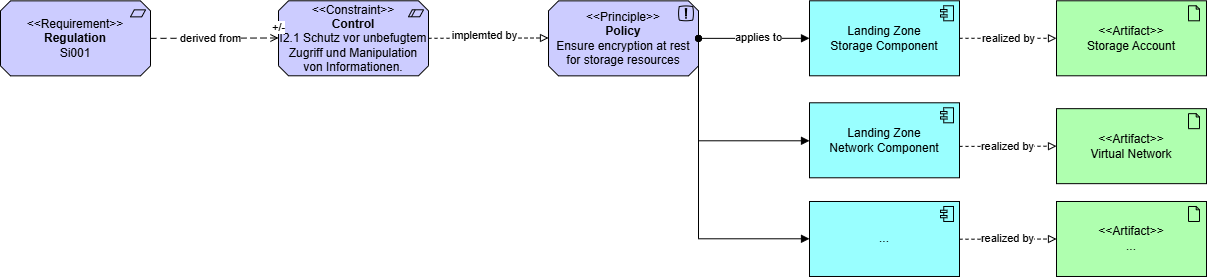
Before: graphics/ip6-ideation-Traceability-Architecture-v2.drawio.png, a diagram exported from draw.io (frithjofhoppe/aitw-report). Source tidied: cells renumbered, new cells last; positions are measured from the earlier drawing's top-left corner, leaving out a move shared by most shapes. Source of this version:
```xml
<mxGraphModel>
  <root>
    <mxCell id="0" />
    <mxCell id="1" parent="0" />
    <mxCell id="2" value="&lt;div&gt;&amp;lt;&amp;lt;Requirement&amp;gt;&amp;gt;&lt;/div&gt;&lt;div&gt;&lt;b&gt;Regulation&lt;/b&gt;&lt;/div&gt;Si001" style="html=1;outlineConnect=0;whiteSpace=wrap;fillColor=#CCCCFF;shape=mxgraph.archimate3.application;appType=requirement;archiType=oct;" parent="1" vertex="1">
      <mxGeometry y="0.4" width="150" height="75" as="geometry" />
    </mxCell>
    <mxCell id="3" value="&lt;div&gt;&amp;lt;&amp;lt;Constraint&amp;gt;&amp;gt;&lt;/div&gt;&lt;div&gt;&lt;b&gt;Control&lt;/b&gt;&lt;/div&gt;I2.1&amp;nbsp;&lt;span style=&quot;background-color: transparent; color: light-dark(rgb(0, 0, 0), rgb(255, 255, 255));&quot;&gt;Schutz vor unbefugtem Zugriff und Manipulation von Informationen.&lt;/span&gt;" style="html=1;outlineConnect=0;whiteSpace=wrap;fillColor=#CCCCFF;shape=mxgraph.archimate3.application;appType=constraint;archiType=oct;" parent="1" vertex="1">
      <mxGeometry x="278" y="0.3" width="150" height="75" as="geometry" />
    </mxCell>
    <mxCell id="4" value="Landing Zone&lt;div&gt;Storage Component&lt;/div&gt;" style="html=1;outlineConnect=0;whiteSpace=wrap;fillColor=#99ffff;shape=mxgraph.archimate3.application;appType=comp;archiType=square;" parent="1" vertex="1">
      <mxGeometry x="809" y="0.3" width="150" height="75" as="geometry" />
    </mxCell>
    <mxCell id="5" value="&lt;div&gt;&amp;lt;&amp;lt;Principle&amp;gt;&amp;gt;&lt;/div&gt;&lt;b&gt;Policy&lt;/b&gt;&lt;div&gt;Ensure encryption at rest for storage resources&lt;/div&gt;" style="html=1;outlineConnect=0;whiteSpace=wrap;fillColor=#CCCCFF;shape=mxgraph.archimate3.application;appType=principle;archiType=oct;" parent="1" vertex="1">
      <mxGeometry x="548" y="0.4" width="150" height="75" as="geometry" />
    </mxCell>
    <mxCell id="6" value="&lt;div&gt;&amp;lt;&amp;lt;Artifact&amp;gt;&amp;gt;&lt;/div&gt;Storage Account" style="html=1;outlineConnect=0;whiteSpace=wrap;fillColor=#AFFFAF;shape=mxgraph.archimate3.application;appType=artifact;archiType=square;" parent="1" vertex="1">
      <mxGeometry x="1056" y="0.3" width="150" height="75" as="geometry" />
    </mxCell>
    <mxCell id="7" value="+/-" style="edgeStyle=elbowEdgeStyle;html=1;endArrow=open;elbow=vertical;endFill=0;dashed=1;dashPattern=6 4;rounded=0;exitX=1;exitY=0.5;exitDx=0;exitDy=0;exitPerimeter=0;" parent="1" edge="1" source="2" target="3">
      <mxGeometry x="1" y="10" relative="1" as="geometry" />
    </mxCell>
    <mxCell id="8" value="derived from" style="edgeLabel;html=1;align=center;verticalAlign=middle;" parent="7" vertex="1">
      <mxGeometry x="-0.18" relative="1" as="geometry">
        <mxPoint x="8" as="offset" />
      </mxGeometry>
    </mxCell>
    <mxCell id="9" style="edgeStyle=elbowEdgeStyle;html=1;endArrow=block;elbow=vertical;endFill=0;dashed=1;rounded=0;exitX=1;exitY=0.5;exitDx=0;exitDy=0;exitPerimeter=0;" parent="1" edge="1" source="3" target="5">
      <mxGeometry relative="1" as="geometry" />
    </mxCell>
    <mxCell id="10" value="implemted by" style="edgeLabel;html=1;align=center;verticalAlign=middle;" parent="9" vertex="1">
      <mxGeometry x="-0.08" y="3" relative="1" as="geometry" />
    </mxCell>
    <mxCell id="11" value="applies to" style="endArrow=block;html=1;endFill=1;startArrow=oval;startFill=1;edgeStyle=elbowEdgeStyle;elbow=horizontal;rounded=0;exitX=1;exitY=0.5;exitDx=0;exitDy=0;exitPerimeter=0;entryX=0;entryY=0.5;entryDx=0;entryDy=0;entryPerimeter=0;" parent="1" edge="1" source="5" target="4">
      <mxGeometry x="0.08" y="1" relative="1" as="geometry">
        <Array as="points">
          <mxPoint x="758" y="38.3" />
        </Array>
      </mxGeometry>
    </mxCell>
    <mxCell id="12" value="realized by" style="edgeStyle=elbowEdgeStyle;html=1;endArrow=block;elbow=horizontal;endFill=0;dashed=1;rounded=0;exitX=1;exitY=0.5;exitDx=0;exitDy=0;exitPerimeter=0;entryX=0;entryY=0.5;entryDx=0;entryDy=0;entryPerimeter=0;" parent="1" edge="1" source="4" target="6">
      <mxGeometry relative="1" as="geometry" />
    </mxCell>
    <mxCell id="13" value="Landing Zone&lt;div&gt;Network Component&lt;/div&gt;" style="html=1;outlineConnect=0;whiteSpace=wrap;fillColor=#99ffff;shape=mxgraph.archimate3.application;appType=comp;archiType=square;" parent="1" vertex="1">
      <mxGeometry x="809" y="102.3" width="150" height="75" as="geometry" />
    </mxCell>
    <mxCell id="14" value="..." style="html=1;outlineConnect=0;whiteSpace=wrap;fillColor=#99ffff;shape=mxgraph.archimate3.application;appType=comp;archiType=square;" parent="1" vertex="1">
      <mxGeometry x="809" y="201" width="150" height="75" as="geometry" />
    </mxCell>
    <mxCell id="15" style="endArrow=block;html=1;endFill=1;startArrow=oval;startFill=1;edgeStyle=elbowEdgeStyle;elbow=vertical;rounded=0;exitX=1;exitY=0.5;exitDx=0;exitDy=0;exitPerimeter=0;entryX=0;entryY=0.5;entryDx=0;entryDy=0;entryPerimeter=0;" parent="1" edge="1" source="5" target="13">
      <mxGeometry relative="1" as="geometry">
        <Array as="points">
          <mxPoint x="748" y="140.3" />
        </Array>
      </mxGeometry>
    </mxCell>
    <mxCell id="16" style="endArrow=block;html=1;endFill=1;startArrow=oval;startFill=1;edgeStyle=elbowEdgeStyle;elbow=vertical;rounded=0;exitX=1;exitY=0.5;exitDx=0;exitDy=0;exitPerimeter=0;entryX=0;entryY=0.5;entryDx=0;entryDy=0;entryPerimeter=0;" parent="1" edge="1" source="5" target="14">
      <mxGeometry relative="1" as="geometry">
        <Array as="points">
          <mxPoint x="748" y="238.3" />
        </Array>
      </mxGeometry>
    </mxCell>
    <mxCell id="17" value="&lt;div&gt;&amp;lt;&amp;lt;Artifact&amp;gt;&amp;gt;&lt;/div&gt;Virtual Network" style="html=1;outlineConnect=0;whiteSpace=wrap;fillColor=#AFFFAF;shape=mxgraph.archimate3.application;appType=artifact;archiType=square;" parent="1" vertex="1">
      <mxGeometry x="1056" y="108.2" width="150" height="75" as="geometry" />
    </mxCell>
    <mxCell id="18" value="realized by" style="edgeStyle=elbowEdgeStyle;html=1;endArrow=block;elbow=horizontal;endFill=0;dashed=1;rounded=0;exitX=1;exitY=0.5;exitDx=0;exitDy=0;exitPerimeter=0;entryX=0;entryY=0.5;entryDx=0;entryDy=0;entryPerimeter=0;" parent="1" edge="1" target="17">
      <mxGeometry relative="1" as="geometry">
        <mxPoint x="959" y="145.9" as="sourcePoint" />
      </mxGeometry>
    </mxCell>
    <mxCell id="19" value="&lt;div&gt;&amp;lt;&amp;lt;Artifact&amp;gt;&amp;gt;&lt;/div&gt;..." style="html=1;outlineConnect=0;whiteSpace=wrap;fillColor=#AFFFAF;shape=mxgraph.archimate3.application;appType=artifact;archiType=square;" parent="1" vertex="1">
      <mxGeometry x="1056" y="201" width="150" height="75" as="geometry" />
    </mxCell>
    <mxCell id="20" value="realized by" style="edgeStyle=elbowEdgeStyle;html=1;endArrow=block;elbow=horizontal;endFill=0;dashed=1;rounded=0;exitX=1;exitY=0.5;exitDx=0;exitDy=0;exitPerimeter=0;entryX=0;entryY=0.5;entryDx=0;entryDy=0;entryPerimeter=0;" parent="1" edge="1" target="19">
      <mxGeometry relative="1" as="geometry">
        <mxPoint x="959" y="238.7" as="sourcePoint" />
      </mxGeometry>
    </mxCell>
  </root>
</mxGraphModel>
```
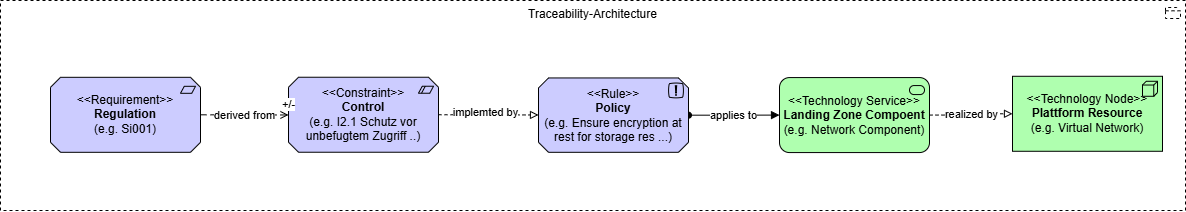
Later version of the same file.

Commit message:
feat: :sparkles: Rework the traceability and landing zone arch to make it more consistent

Change to the diagram source:
```diff
@@ -2,22 +2,22 @@
   <root>
     <mxCell id="0" />
     <mxCell id="1" parent="0" />
-    <mxCell id="2" value="&lt;div&gt;&amp;lt;&amp;lt;Requirement&amp;gt;&amp;gt;&lt;/div&gt;&lt;div&gt;&lt;b&gt;Regulation&lt;/b&gt;&lt;/div&gt;Si001" style="html=1;outlineConnect=0;whiteSpace=wrap;fillColor=#CCCCFF;shape=mxgraph.archimate3.application;appType=requirement;archiType=oct;" parent="1" vertex="1">
-      <mxGeometry y="0.4" width="150" height="75" as="geometry" />
+    <mxCell id="2" value="Traceability-Architecture" style="html=1;outlineConnect=0;whiteSpace=wrap;shape=mxgraph.archimate3.application;appType=grouping;archiType=square;dashed=1;fillColor=none;verticalAlign=top;" parent="1" vertex="1">
+      <mxGeometry x="53" y="-269" width="1185" height="210" as="geometry" />
     </mxCell>
-    <mxCell id="3" value="&lt;div&gt;&amp;lt;&amp;lt;Constraint&amp;gt;&amp;gt;&lt;/div&gt;&lt;div&gt;&lt;b&gt;Control&lt;/b&gt;&lt;/div&gt;I2.1&amp;nbsp;&lt;span style=&quot;background-color: transparent; color: light-dark(rgb(0, 0, 0), rgb(255, 255, 255));&quot;&gt;Schutz vor unbefugtem Zugriff und Manipulation von Informationen.&lt;/span&gt;" style="html=1;outlineConnect=0;whiteSpace=wrap;fillColor=#CCCCFF;shape=mxgraph.archimate3.application;appType=constraint;archiType=oct;" parent="1" vertex="1">
-      <mxGeometry x="278" y="0.3" width="150" height="75" as="geometry" />
+    <mxCell id="3" value="&lt;div&gt;&amp;lt;&amp;lt;Requirement&amp;gt;&amp;gt;&lt;/div&gt;&lt;div&gt;&lt;b&gt;Regulation&lt;/b&gt;&lt;/div&gt;(e.g. Si001)" style="html=1;outlineConnect=0;whiteSpace=wrap;fillColor=#CCCCFF;shape=mxgraph.archimate3.application;appType=requirement;archiType=oct;" parent="1" vertex="1">
+      <mxGeometry x="103" y="-192.2" width="150" height="75" as="geometry" />
     </mxCell>
-    <mxCell id="4" value="Landing Zone&lt;div&gt;Storage Component&lt;/div&gt;" style="html=1;outlineConnect=0;whiteSpace=wrap;fillColor=#99ffff;shape=mxgraph.archimate3.application;appType=comp;archiType=square;" parent="1" vertex="1">
-      <mxGeometry x="809" y="0.3" width="150" height="75" as="geometry" />
+    <mxCell id="4" value="&lt;div&gt;&amp;lt;&amp;lt;Constraint&amp;gt;&amp;gt;&lt;/div&gt;&lt;div&gt;&lt;b&gt;Control&lt;/b&gt;&lt;/div&gt;(e.g. I2.1&amp;nbsp;&lt;span style=&quot;background-color: transparent; color: light-dark(rgb(0, 0, 0), rgb(255, 255, 255));&quot;&gt;Schutz vor unbefugtem Zugriff ..)&lt;/span&gt;" style="html=1;outlineConnect=0;whiteSpace=wrap;fillColor=#CCCCFF;shape=mxgraph.archimate3.application;appType=constraint;archiType=oct;" parent="1" vertex="1">
+      <mxGeometry x="341" y="-192.3" width="150" height="75" as="geometry" />
     </mxCell>
-    <mxCell id="5" value="&lt;div&gt;&amp;lt;&amp;lt;Principle&amp;gt;&amp;gt;&lt;/div&gt;&lt;b&gt;Policy&lt;/b&gt;&lt;div&gt;Ensure encryption at rest for storage resources&lt;/div&gt;" style="html=1;outlineConnect=0;whiteSpace=wrap;fillColor=#CCCCFF;shape=mxgraph.archimate3.application;appType=principle;archiType=oct;" parent="1" vertex="1">
-      <mxGeometry x="548" y="0.4" width="150" height="75" as="geometry" />
+    <mxCell id="5" value="applies to" style="edgeStyle=orthogonalEdgeStyle;rounded=0;jettySize=auto;html=1;strokeColor=default;align=center;verticalAlign=middle;fontFamily=Helvetica;fontSize=11;fontColor=default;labelBackgroundColor=default;elbow=vertical;startArrow=oval;startFill=1;endArrow=block;endFill=1;" parent="1" edge="1" source="6" target="13">
+      <mxGeometry relative="1" as="geometry" />
     </mxCell>
-    <mxCell id="6" value="&lt;div&gt;&amp;lt;&amp;lt;Artifact&amp;gt;&amp;gt;&lt;/div&gt;Storage Account" style="html=1;outlineConnect=0;whiteSpace=wrap;fillColor=#AFFFAF;shape=mxgraph.archimate3.application;appType=artifact;archiType=square;" parent="1" vertex="1">
-      <mxGeometry x="1056" y="0.3" width="150" height="75" as="geometry" />
+    <mxCell id="6" value="&lt;div&gt;&amp;lt;&amp;lt;Rule&amp;gt;&amp;gt;&lt;/div&gt;&lt;b&gt;Policy&lt;/b&gt;&lt;div&gt;(e.g. Ensure encryption at rest for storage res ...)&lt;/div&gt;" style="html=1;outlineConnect=0;whiteSpace=wrap;fillColor=#CCCCFF;shape=mxgraph.archimate3.application;appType=principle;archiType=oct;" parent="1" vertex="1">
+      <mxGeometry x="591" y="-191.5" width="150" height="74.4" as="geometry" />
     </mxCell>
-    <mxCell id="7" value="+/-" style="edgeStyle=elbowEdgeStyle;html=1;endArrow=open;elbow=vertical;endFill=0;dashed=1;dashPattern=6 4;rounded=0;exitX=1;exitY=0.5;exitDx=0;exitDy=0;exitPerimeter=0;" parent="1" edge="1" source="2" target="3">
+    <mxCell id="7" value="+/-" style="edgeStyle=elbowEdgeStyle;html=1;endArrow=open;elbow=vertical;endFill=0;dashed=1;dashPattern=6 4;rounded=0;exitX=1;exitY=0.5;exitDx=0;exitDy=0;exitPerimeter=0;" parent="1" edge="1" source="3" target="4">
       <mxGeometry x="1" y="10" relative="1" as="geometry" />
     </mxCell>
     <mxCell id="8" value="derived from" style="edgeLabel;html=1;align=center;verticalAlign=middle;" parent="7" vertex="1">
@@ -25,57 +25,20 @@
         <mxPoint x="8" as="offset" />
       </mxGeometry>
     </mxCell>
-    <mxCell id="9" style="edgeStyle=elbowEdgeStyle;html=1;endArrow=block;elbow=vertical;endFill=0;dashed=1;rounded=0;exitX=1;exitY=0.5;exitDx=0;exitDy=0;exitPerimeter=0;" parent="1" edge="1" source="3" target="5">
+    <mxCell id="9" style="edgeStyle=elbowEdgeStyle;html=1;endArrow=block;elbow=vertical;endFill=0;dashed=1;rounded=0;exitX=1;exitY=0.5;exitDx=0;exitDy=0;exitPerimeter=0;" parent="1" edge="1" source="4" target="6">
       <mxGeometry relative="1" as="geometry" />
     </mxCell>
     <mxCell id="10" value="implemted by" style="edgeLabel;html=1;align=center;verticalAlign=middle;" parent="9" vertex="1">
       <mxGeometry x="-0.08" y="3" relative="1" as="geometry" />
     </mxCell>
-    <mxCell id="11" value="applies to" style="endArrow=block;html=1;endFill=1;startArrow=oval;startFill=1;edgeStyle=elbowEdgeStyle;elbow=horizontal;rounded=0;exitX=1;exitY=0.5;exitDx=0;exitDy=0;exitPerimeter=0;entryX=0;entryY=0.5;entryDx=0;entryDy=0;entryPerimeter=0;" parent="1" edge="1" source="5" target="4">
-      <mxGeometry x="0.08" y="1" relative="1" as="geometry">
-        <Array as="points">
-          <mxPoint x="758" y="38.3" />
-        </Array>
-      </mxGeometry>
+    <mxCell id="11" value="realized by" style="edgeStyle=elbowEdgeStyle;html=1;endArrow=block;elbow=horizontal;endFill=0;dashed=1;rounded=0;exitX=1;exitY=0.5;exitDx=0;exitDy=0;exitPerimeter=0;entryX=0;entryY=0.5;entryDx=0;entryDy=0;entryPerimeter=0;" parent="1" edge="1" source="13" target="12">
+      <mxGeometry x="0.01" relative="1" as="geometry" />
     </mxCell>
-    <mxCell id="12" value="realized by" style="edgeStyle=elbowEdgeStyle;html=1;endArrow=block;elbow=horizontal;endFill=0;dashed=1;rounded=0;exitX=1;exitY=0.5;exitDx=0;exitDy=0;exitPerimeter=0;entryX=0;entryY=0.5;entryDx=0;entryDy=0;entryPerimeter=0;" parent="1" edge="1" source="4" target="6">
-      <mxGeometry relative="1" as="geometry" />
+    <mxCell id="12" value="&lt;div&gt;&amp;lt;&amp;lt;Technology Node&amp;gt;&amp;gt;&lt;/div&gt;&lt;b&gt;Plattform Resource&lt;/b&gt;&lt;div&gt;(e.g. Virtual Network)&lt;/div&gt;" style="html=1;outlineConnect=0;whiteSpace=wrap;fillColor=#AFFFAF;shape=mxgraph.archimate3.application;appType=node;archiType=square;" parent="1" vertex="1">
+      <mxGeometry x="1065" y="-193.2" width="150" height="75" as="geometry" />
     </mxCell>
-    <mxCell id="13" value="Landing Zone&lt;div&gt;Network Component&lt;/div&gt;" style="html=1;outlineConnect=0;whiteSpace=wrap;fillColor=#99ffff;shape=mxgraph.archimate3.application;appType=comp;archiType=square;" parent="1" vertex="1">
-      <mxGeometry x="809" y="102.3" width="150" height="75" as="geometry" />
+    <mxCell id="13" value="&amp;lt;&amp;lt;Technology Service&amp;gt;&amp;gt;&lt;div&gt;&lt;b&gt;Landing Zone Compoent&lt;/b&gt;&lt;/div&gt;&lt;div&gt;(e.g. Network Component)&lt;/div&gt;" style="html=1;outlineConnect=0;whiteSpace=wrap;fillColor=#AFFFAF;shape=mxgraph.archimate3.application;appType=serv;archiType=rounded;" parent="1" vertex="1">
+      <mxGeometry x="832" y="-191.9" width="150" height="75" as="geometry" />
     </mxCell>
-    <mxCell id="14" value="..." style="html=1;outlineConnect=0;whiteSpace=wrap;fillColor=#99ffff;shape=mxgraph.archimate3.application;appType=comp;archiType=square;" parent="1" vertex="1">
-      <mxGeometry x="809" y="201" width="150" height="75" as="geometry" />
-    </mxCell>
-    <mxCell id="15" style="endArrow=block;html=1;endFill=1;startArrow=oval;startFill=1;edgeStyle=elbowEdgeStyle;elbow=vertical;rounded=0;exitX=1;exitY=0.5;exitDx=0;exitDy=0;exitPerimeter=0;entryX=0;entryY=0.5;entryDx=0;entryDy=0;entryPerimeter=0;" parent="1" edge="1" source="5" target="13">
-      <mxGeometry relative="1" as="geometry">
-        <Array as="points">
-          <mxPoint x="748" y="140.3" />
-        </Array>
-      </mxGeometry>
-    </mxCell>
-    <mxCell id="16" style="endArrow=block;html=1;endFill=1;startArrow=oval;startFill=1;edgeStyle=elbowEdgeStyle;elbow=vertical;rounded=0;exitX=1;exitY=0.5;exitDx=0;exitDy=0;exitPerimeter=0;entryX=0;entryY=0.5;entryDx=0;entryDy=0;entryPerimeter=0;" parent="1" edge="1" source="5" target="14">
-      <mxGeometry relative="1" as="geometry">
-        <Array as="points">
-          <mxPoint x="748" y="238.3" />
-        </Array>
-      </mxGeometry>
-    </mxCell>
-    <mxCell id="17" value="&lt;div&gt;&amp;lt;&amp;lt;Artifact&amp;gt;&amp;gt;&lt;/div&gt;Virtual Network" style="html=1;outlineConnect=0;whiteSpace=wrap;fillColor=#AFFFAF;shape=mxgraph.archimate3.application;appType=artifact;archiType=square;" parent="1" vertex="1">
-      <mxGeometry x="1056" y="108.2" width="150" height="75" as="geometry" />
-    </mxCell>
-    <mxCell id="18" value="realized by" style="edgeStyle=elbowEdgeStyle;html=1;endArrow=block;elbow=horizontal;endFill=0;dashed=1;rounded=0;exitX=1;exitY=0.5;exitDx=0;exitDy=0;exitPerimeter=0;entryX=0;entryY=0.5;entryDx=0;entryDy=0;entryPerimeter=0;" parent="1" edge="1" target="17">
-      <mxGeometry relative="1" as="geometry">
-        <mxPoint x="959" y="145.9" as="sourcePoint" />
-      </mxGeometry>
-    </mxCell>
-    <mxCell id="19" value="&lt;div&gt;&amp;lt;&amp;lt;Artifact&amp;gt;&amp;gt;&lt;/div&gt;..." style="html=1;outlineConnect=0;whiteSpace=wrap;fillColor=#AFFFAF;shape=mxgraph.archimate3.application;appType=artifact;archiType=square;" parent="1" vertex="1">
-      <mxGeometry x="1056" y="201" width="150" height="75" as="geometry" />
-    </mxCell>
-    <mxCell id="20" value="realized by" style="edgeStyle=elbowEdgeStyle;html=1;endArrow=block;elbow=horizontal;endFill=0;dashed=1;rounded=0;exitX=1;exitY=0.5;exitDx=0;exitDy=0;exitPerimeter=0;entryX=0;entryY=0.5;entryDx=0;entryDy=0;entryPerimeter=0;" parent="1" edge="1" target="19">
-      <mxGeometry relative="1" as="geometry">
-        <mxPoint x="959" y="238.7" as="sourcePoint" />
-      </mxGeometry>
-    </mxCell>
   </root>
 </mxGraphModel>
```
